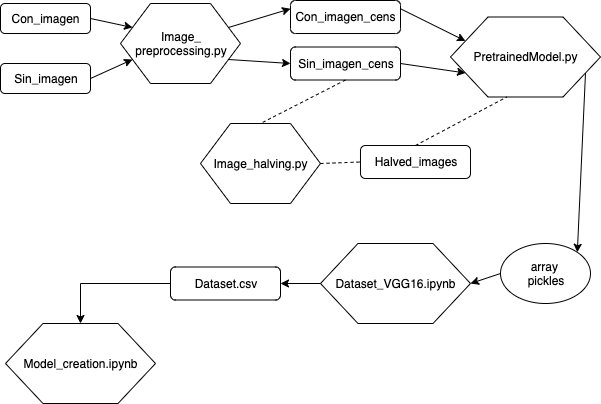
GerardDD/PR_Final_PeriapicalRadiography_Classification keeps this draw.io diagram as PR_Final_diagram.png. Above is the earlier version. Source tidied: cells renumbered, new cells last; positions are measured from the earlier drawing's top-left corner, leaving out a move shared by most shapes. The source it was exported from:
```xml
<mxGraphModel>
  <root>
    <mxCell id="0" />
    <mxCell id="1" parent="0" />
    <mxCell id="2" value="Con_imagen" style="rounded=1;whiteSpace=wrap;html=1;" parent="1" vertex="1">
      <mxGeometry y="3" width="90" height="30" as="geometry" />
    </mxCell>
    <mxCell id="3" value="Sin_imagen" style="rounded=1;whiteSpace=wrap;html=1;" parent="1" vertex="1">
      <mxGeometry y="63" width="90" height="30" as="geometry" />
    </mxCell>
    <mxCell id="4" style="endArrow=classic;html=1;exitX=1;exitY=0.5;exitDx=0;exitDy=0;entryX=0;entryY=0.75;entryDx=0;entryDy=0;" parent="1" edge="1" source="3" target="21">
      <mxGeometry relative="1" as="geometry" />
    </mxCell>
    <mxCell id="5" style="endArrow=classic;html=1;exitX=1;exitY=0.5;exitDx=0;exitDy=0;entryX=0;entryY=0.25;entryDx=0;entryDy=0;" parent="1" edge="1" source="2" target="21">
      <mxGeometry relative="1" as="geometry" />
    </mxCell>
    <mxCell id="6" value="Con_imagen_cens" style="rounded=1;whiteSpace=wrap;html=1;" parent="1" vertex="1">
      <mxGeometry x="290" width="110" height="33" as="geometry" />
    </mxCell>
    <mxCell id="7" value="Sin_imagen_cens" style="rounded=1;whiteSpace=wrap;html=1;" parent="1" vertex="1">
      <mxGeometry x="290" y="46.5" width="110" height="33" as="geometry" />
    </mxCell>
    <mxCell id="8" style="endArrow=classic;html=1;entryX=0;entryY=0.25;entryDx=0;entryDy=0;exitX=1;exitY=0.25;exitDx=0;exitDy=0;" parent="1" edge="1" source="21" target="6">
      <mxGeometry relative="1" as="geometry" />
    </mxCell>
    <mxCell id="9" style="endArrow=classic;html=1;exitX=1;exitY=0.75;exitDx=0;exitDy=0;entryX=0;entryY=0.5;entryDx=0;entryDy=0;" parent="1" edge="1" source="21" target="7">
      <mxGeometry relative="1" as="geometry" />
    </mxCell>
    <mxCell id="10" value="PretrainedModel.py" style="shape=hexagon;perimeter=hexagonPerimeter2;whiteSpace=wrap;html=1;" parent="1" vertex="1">
      <mxGeometry x="450" y="16.5" width="150" height="80" as="geometry" />
    </mxCell>
    <mxCell id="11" style="endArrow=classic;html=1;entryX=0;entryY=0.25;entryDx=0;entryDy=0;exitX=1;exitY=0.25;exitDx=0;exitDy=0;" parent="1" edge="1" source="6" target="10">
      <mxGeometry relative="1" as="geometry" />
    </mxCell>
    <mxCell id="12" style="endArrow=classic;html=1;entryX=0;entryY=0.75;entryDx=0;entryDy=0;exitX=1;exitY=0.5;exitDx=0;exitDy=0;" parent="1" edge="1" source="7" target="10">
      <mxGeometry relative="1" as="geometry" />
    </mxCell>
    <mxCell id="13" value="array &lt;br&gt;pickles" style="ellipse;whiteSpace=wrap;html=1;" parent="1" vertex="1">
      <mxGeometry x="500" y="243" width="90" height="60" as="geometry" />
    </mxCell>
    <mxCell id="14" style="endArrow=classic;html=1;exitX=1;exitY=0.75;exitDx=0;exitDy=0;entryX=1;entryY=0;entryDx=0;entryDy=0;" parent="1" edge="1" source="10" target="13">
      <mxGeometry relative="1" as="geometry" />
    </mxCell>
    <mxCell id="15" value="Dataset_VGG16.ipynb" style="shape=hexagon;perimeter=hexagonPerimeter2;whiteSpace=wrap;html=1;" parent="1" vertex="1">
      <mxGeometry x="320" y="243" width="150" height="80" as="geometry" />
    </mxCell>
    <mxCell id="16" style="endArrow=classic;html=1;entryX=1;entryY=0.5;entryDx=0;entryDy=0;exitX=0;exitY=0.5;exitDx=0;exitDy=0;" parent="1" edge="1" source="13" target="15">
      <mxGeometry relative="1" as="geometry" />
    </mxCell>
    <mxCell id="17" style="edgeStyle=orthogonalEdgeStyle;rounded=0;jettySize=auto;html=1;" parent="1" edge="1" source="18" target="20">
      <mxGeometry relative="1" as="geometry" />
    </mxCell>
    <mxCell id="18" value="Dataset.csv" style="rounded=1;whiteSpace=wrap;html=1;" parent="1" vertex="1">
      <mxGeometry x="170" y="266.5" width="110" height="33" as="geometry" />
    </mxCell>
    <mxCell id="19" style="endArrow=classic;html=1;exitX=0;exitY=0.5;exitDx=0;exitDy=0;entryX=1;entryY=0.5;entryDx=0;entryDy=0;" parent="1" edge="1" source="15" target="18">
      <mxGeometry relative="1" as="geometry" />
    </mxCell>
    <mxCell id="20" value="Model_creation.ipynb" style="shape=hexagon;perimeter=hexagonPerimeter2;whiteSpace=wrap;html=1;" parent="1" vertex="1">
      <mxGeometry x="5" y="323" width="150" height="80" as="geometry" />
    </mxCell>
    <mxCell id="21" value="Image_&lt;br&gt;preprocessing.py" style="shape=hexagon;perimeter=hexagonPerimeter2;whiteSpace=wrap;html=1;" parent="1" vertex="1">
      <mxGeometry x="120" y="3" width="120" height="80" as="geometry" />
    </mxCell>
    <mxCell id="22" value="Image_halving.py" style="shape=hexagon;perimeter=hexagonPerimeter2;whiteSpace=wrap;html=1;" parent="1" vertex="1">
      <mxGeometry x="200" y="123" width="120" height="80" as="geometry" />
    </mxCell>
    <mxCell id="23" value="Halved_images" style="rounded=1;whiteSpace=wrap;html=1;" parent="1" vertex="1">
      <mxGeometry x="360" y="145" width="110" height="33" as="geometry" />
    </mxCell>
    <mxCell id="24" style="endArrow=none;dashed=1;html=1;entryX=0.5;entryY=0;entryDx=0;entryDy=0;exitX=0.5;exitY=1;exitDx=0;exitDy=0;" parent="1" edge="1" source="7" target="22">
      <mxGeometry relative="1" as="geometry" />
    </mxCell>
    <mxCell id="25" style="endArrow=none;dashed=1;html=1;entryX=0;entryY=0.5;entryDx=0;entryDy=0;exitX=1;exitY=0.5;exitDx=0;exitDy=0;" parent="1" edge="1" source="22" target="23">
      <mxGeometry relative="1" as="geometry" />
    </mxCell>
    <mxCell id="26" style="endArrow=none;dashed=1;html=1;entryX=0.375;entryY=1;entryDx=0;entryDy=0;exitX=0.5;exitY=0;exitDx=0;exitDy=0;" parent="1" edge="1" source="23" target="10">
      <mxGeometry relative="1" as="geometry" />
    </mxCell>
  </root>
</mxGraphModel>
```
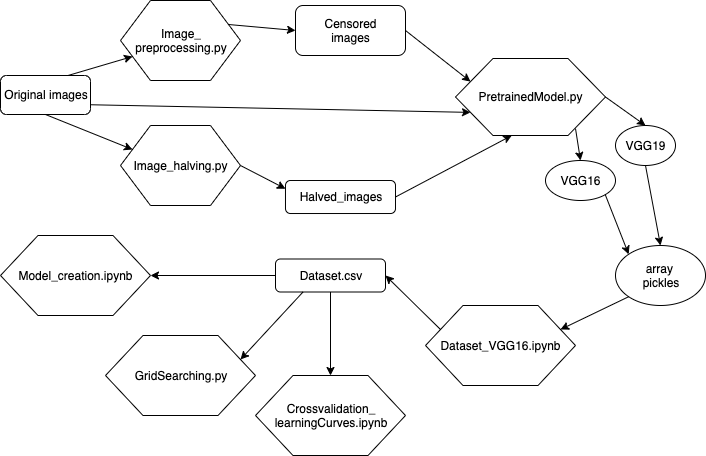
The same diagram one commit later.

Diff of the diagram source:
```diff
@@ -2,80 +2,99 @@
   <root>
     <mxCell id="0" />
     <mxCell id="1" parent="0" />
-    <mxCell id="2" value="Con_imagen" style="rounded=1;whiteSpace=wrap;html=1;" parent="1" vertex="1">
-      <mxGeometry y="3" width="90" height="30" as="geometry" />
-    </mxCell>
-    <mxCell id="3" value="Sin_imagen" style="rounded=1;whiteSpace=wrap;html=1;" parent="1" vertex="1">
-      <mxGeometry y="63" width="90" height="30" as="geometry" />
+    <mxCell id="3" value="Original images" style="rounded=1;whiteSpace=wrap;html=1;" parent="1" vertex="1">
+      <mxGeometry x="5" y="13" width="90" height="39" as="geometry" />
     </mxCell>
-    <mxCell id="4" style="endArrow=classic;html=1;exitX=1;exitY=0.5;exitDx=0;exitDy=0;entryX=0;entryY=0.75;entryDx=0;entryDy=0;" parent="1" edge="1" source="3" target="21">
+    <mxCell id="4" style="endArrow=classic;html=1;exitX=0.75;exitY=0;exitDx=0;exitDy=0;entryX=0;entryY=0.75;entryDx=0;entryDy=0;" parent="1" edge="1" source="3" target="21">
       <mxGeometry relative="1" as="geometry" />
     </mxCell>
-    <mxCell id="5" style="endArrow=classic;html=1;exitX=1;exitY=0.5;exitDx=0;exitDy=0;entryX=0;entryY=0.25;entryDx=0;entryDy=0;" parent="1" edge="1" source="2" target="21">
-      <mxGeometry relative="1" as="geometry" />
-    </mxCell>
-    <mxCell id="6" value="Con_imagen_cens" style="rounded=1;whiteSpace=wrap;html=1;" parent="1" vertex="1">
-      <mxGeometry x="290" width="110" height="33" as="geometry" />
+    <mxCell id="6" value="Censored &lt;br&gt;images" style="rounded=1;whiteSpace=wrap;html=1;" parent="1" vertex="1">
+      <mxGeometry x="300" y="-57" width="110" height="50" as="geometry" />
     </mxCell>
-    <mxCell id="7" value="Sin_imagen_cens" style="rounded=1;whiteSpace=wrap;html=1;" parent="1" vertex="1">
-      <mxGeometry x="290" y="46.5" width="110" height="33" as="geometry" />
-    </mxCell>
-    <mxCell id="8" style="endArrow=classic;html=1;entryX=0;entryY=0.25;entryDx=0;entryDy=0;exitX=1;exitY=0.25;exitDx=0;exitDy=0;" parent="1" edge="1" source="21" target="6">
+    <mxCell id="8" style="endArrow=classic;html=1;entryX=0;entryY=0.5;entryDx=0;entryDy=0;exitX=1;exitY=0.25;exitDx=0;exitDy=0;" parent="1" edge="1" source="21" target="6">
       <mxGeometry relative="1" as="geometry" />
     </mxCell>
-    <mxCell id="9" style="endArrow=classic;html=1;exitX=1;exitY=0.75;exitDx=0;exitDy=0;entryX=0;entryY=0.5;entryDx=0;entryDy=0;" parent="1" edge="1" source="21" target="7">
-      <mxGeometry relative="1" as="geometry" />
-    </mxCell>
     <mxCell id="10" value="PretrainedModel.py" style="shape=hexagon;perimeter=hexagonPerimeter2;whiteSpace=wrap;html=1;" parent="1" vertex="1">
-      <mxGeometry x="450" y="16.5" width="150" height="80" as="geometry" />
+      <mxGeometry x="460" y="-4" width="150" height="77" as="geometry" />
     </mxCell>
-    <mxCell id="11" style="endArrow=classic;html=1;entryX=0;entryY=0.25;entryDx=0;entryDy=0;exitX=1;exitY=0.25;exitDx=0;exitDy=0;" parent="1" edge="1" source="6" target="10">
-      <mxGeometry relative="1" as="geometry" />
-    </mxCell>
-    <mxCell id="12" style="endArrow=classic;html=1;entryX=0;entryY=0.75;entryDx=0;entryDy=0;exitX=1;exitY=0.5;exitDx=0;exitDy=0;" parent="1" edge="1" source="7" target="10">
-      <mxGeometry relative="1" as="geometry" />
-    </mxCell>
     <mxCell id="13" value="array &lt;br&gt;pickles" style="ellipse;whiteSpace=wrap;html=1;" parent="1" vertex="1">
-      <mxGeometry x="500" y="243" width="90" height="60" as="geometry" />
+      <mxGeometry x="620" y="183" width="90" height="60" as="geometry" />
     </mxCell>
-    <mxCell id="14" style="endArrow=classic;html=1;exitX=1;exitY=0.75;exitDx=0;exitDy=0;entryX=1;entryY=0;entryDx=0;entryDy=0;" parent="1" edge="1" source="10" target="13">
-      <mxGeometry relative="1" as="geometry" />
-    </mxCell>
     <mxCell id="15" value="Dataset_VGG16.ipynb" style="shape=hexagon;perimeter=hexagonPerimeter2;whiteSpace=wrap;html=1;" parent="1" vertex="1">
-      <mxGeometry x="320" y="243" width="150" height="80" as="geometry" />
+      <mxGeometry x="430" y="243" width="150" height="80" as="geometry" />
     </mxCell>
-    <mxCell id="16" style="endArrow=classic;html=1;entryX=1;entryY=0.5;entryDx=0;entryDy=0;exitX=0;exitY=0.5;exitDx=0;exitDy=0;" parent="1" edge="1" source="13" target="15">
+    <mxCell id="16" style="endArrow=classic;html=1;entryX=1;entryY=0.25;entryDx=0;entryDy=0;exitX=0;exitY=1;exitDx=0;exitDy=0;" parent="1" edge="1" source="13" target="15">
       <mxGeometry relative="1" as="geometry" />
     </mxCell>
     <mxCell id="17" style="edgeStyle=orthogonalEdgeStyle;rounded=0;jettySize=auto;html=1;" parent="1" edge="1" source="18" target="20">
       <mxGeometry relative="1" as="geometry" />
     </mxCell>
     <mxCell id="18" value="Dataset.csv" style="rounded=1;whiteSpace=wrap;html=1;" parent="1" vertex="1">
-      <mxGeometry x="170" y="266.5" width="110" height="33" as="geometry" />
+      <mxGeometry x="280" y="196.5" width="110" height="33" as="geometry" />
     </mxCell>
-    <mxCell id="19" style="endArrow=classic;html=1;exitX=0;exitY=0.5;exitDx=0;exitDy=0;entryX=1;entryY=0.5;entryDx=0;entryDy=0;" parent="1" edge="1" source="15" target="18">
+    <mxCell id="19" style="endArrow=classic;html=1;exitX=0;exitY=0.25;exitDx=0;exitDy=0;entryX=1;entryY=0.5;entryDx=0;entryDy=0;" parent="1" edge="1" source="15" target="18">
       <mxGeometry relative="1" as="geometry" />
     </mxCell>
     <mxCell id="20" value="Model_creation.ipynb" style="shape=hexagon;perimeter=hexagonPerimeter2;whiteSpace=wrap;html=1;" parent="1" vertex="1">
-      <mxGeometry x="5" y="323" width="150" height="80" as="geometry" />
+      <mxGeometry x="5" y="173" width="150" height="80" as="geometry" />
     </mxCell>
     <mxCell id="21" value="Image_&lt;br&gt;preprocessing.py" style="shape=hexagon;perimeter=hexagonPerimeter2;whiteSpace=wrap;html=1;" parent="1" vertex="1">
-      <mxGeometry x="120" y="3" width="120" height="80" as="geometry" />
+      <mxGeometry x="125" y="-62" width="120" height="80" as="geometry" />
     </mxCell>
     <mxCell id="22" value="Image_halving.py" style="shape=hexagon;perimeter=hexagonPerimeter2;whiteSpace=wrap;html=1;" parent="1" vertex="1">
-      <mxGeometry x="200" y="123" width="120" height="80" as="geometry" />
+      <mxGeometry x="125" y="63" width="120" height="80" as="geometry" />
     </mxCell>
     <mxCell id="23" value="Halved_images" style="rounded=1;whiteSpace=wrap;html=1;" parent="1" vertex="1">
-      <mxGeometry x="360" y="145" width="110" height="33" as="geometry" />
+      <mxGeometry x="290" y="118" width="110" height="33" as="geometry" />
     </mxCell>
-    <mxCell id="24" style="endArrow=none;dashed=1;html=1;entryX=0.5;entryY=0;entryDx=0;entryDy=0;exitX=0.5;exitY=1;exitDx=0;exitDy=0;" parent="1" edge="1" source="7" target="22">
-      <mxGeometry relative="1" as="geometry" />
-    </mxCell>
+    <mxCell id="27" value="VGG16" style="ellipse;whiteSpace=wrap;html=1;" parent="1" vertex="1">
+      <mxGeometry x="550" y="98" width="70" height="40" as="geometry" />
+    </mxCell>
+    <mxCell id="28" value="VGG19" style="ellipse;whiteSpace=wrap;html=1;" parent="1" vertex="1">
+      <mxGeometry x="620" y="63" width="60" height="40" as="geometry" />
+    </mxCell>
+    <mxCell id="29" style="endArrow=classic;html=1;entryX=0;entryY=0.25;entryDx=0;entryDy=0;exitX=0.5;exitY=1;exitDx=0;exitDy=0;" parent="1" edge="1" source="3" target="22">
+      <mxGeometry relative="1" as="geometry" />
+    </mxCell>
-    <mxCell id="25" style="endArrow=none;dashed=1;html=1;entryX=0;entryY=0.5;entryDx=0;entryDy=0;exitX=1;exitY=0.5;exitDx=0;exitDy=0;" parent="1" edge="1" source="22" target="23">
+    <mxCell id="25" style="endArrow=classic;html=1;exitX=1;exitY=0.5;exitDx=0;exitDy=0;entryX=0;entryY=0.25;entryDx=0;entryDy=0;" parent="1" edge="1" source="22" target="23">
       <mxGeometry relative="1" as="geometry" />
     </mxCell>
+    <mxCell id="30" style="endArrow=classic;html=1;entryX=0;entryY=0.75;entryDx=0;entryDy=0;exitX=1;exitY=0.75;exitDx=0;exitDy=0;" parent="1" edge="1" source="3" target="10">
+      <mxGeometry relative="1" as="geometry" />
+    </mxCell>
-    <mxCell id="26" style="endArrow=none;dashed=1;html=1;entryX=0.375;entryY=1;entryDx=0;entryDy=0;exitX=0.5;exitY=0;exitDx=0;exitDy=0;" parent="1" edge="1" source="23" target="10">
+    <mxCell id="26" style="endArrow=classic;html=1;entryX=0.375;entryY=1;entryDx=0;entryDy=0;exitX=1;exitY=0.5;exitDx=0;exitDy=0;" parent="1" edge="1" source="23" target="10">
       <mxGeometry relative="1" as="geometry" />
     </mxCell>
+    <mxCell id="11" style="endArrow=classic;html=1;entryX=0;entryY=0.25;entryDx=0;entryDy=0;exitX=1;exitY=0.5;exitDx=0;exitDy=0;" parent="1" edge="1" source="6" target="10">
+      <mxGeometry relative="1" as="geometry" />
+    </mxCell>
+    <mxCell id="31" style="endArrow=classic;html=1;exitX=1;exitY=0.75;exitDx=0;exitDy=0;entryX=0.5;entryY=0;entryDx=0;entryDy=0;" parent="1" edge="1" target="28">
+      <mxGeometry relative="1" as="geometry">
+        <mxPoint x="610" y="34.5" as="sourcePoint" />
+      </mxGeometry>
+    </mxCell>
+    <mxCell id="32" style="endArrow=classic;html=1;exitX=1;exitY=0.75;exitDx=0;exitDy=0;entryX=0.5;entryY=0;entryDx=0;entryDy=0;" parent="1" edge="1" target="27">
+      <mxGeometry relative="1" as="geometry">
+        <mxPoint x="580" y="66" as="sourcePoint" />
+      </mxGeometry>
+    </mxCell>
+    <mxCell id="33" style="endArrow=classic;html=1;exitX=0.5;exitY=1;exitDx=0;exitDy=0;entryX=0.5;entryY=0;entryDx=0;entryDy=0;" parent="1" edge="1" source="28" target="13">
+      <mxGeometry relative="1" as="geometry" />
+    </mxCell>
+    <mxCell id="34" style="endArrow=classic;html=1;exitX=1;exitY=1;exitDx=0;exitDy=0;entryX=0;entryY=0;entryDx=0;entryDy=0;" parent="1" edge="1" source="27" target="13">
+      <mxGeometry relative="1" as="geometry" />
+    </mxCell>
+    <mxCell id="35" value="GridSearching.py" style="shape=hexagon;perimeter=hexagonPerimeter2;whiteSpace=wrap;html=1;" parent="1" vertex="1">
+      <mxGeometry x="110" y="273" width="150" height="80" as="geometry" />
+    </mxCell>
+    <mxCell id="36" value="Crossvalidation_&lt;br&gt;learningCurves.ipynb" style="shape=hexagon;perimeter=hexagonPerimeter2;whiteSpace=wrap;html=1;" parent="1" vertex="1">
+      <mxGeometry x="260" y="313" width="150" height="80" as="geometry" />
+    </mxCell>
+    <mxCell id="37" style="endArrow=classic;html=1;entryX=1;entryY=0.25;entryDx=0;entryDy=0;exitX=0.25;exitY=1;exitDx=0;exitDy=0;" parent="1" edge="1" source="18" target="35">
+      <mxGeometry relative="1" as="geometry" />
+    </mxCell>
+    <mxCell id="38" style="endArrow=classic;html=1;entryX=0.5;entryY=0;entryDx=0;entryDy=0;exitX=0.5;exitY=1;exitDx=0;exitDy=0;" parent="1" edge="1" source="18" target="36">
+      <mxGeometry relative="1" as="geometry" />
+    </mxCell>
   </root>
 </mxGraphModel>
```
